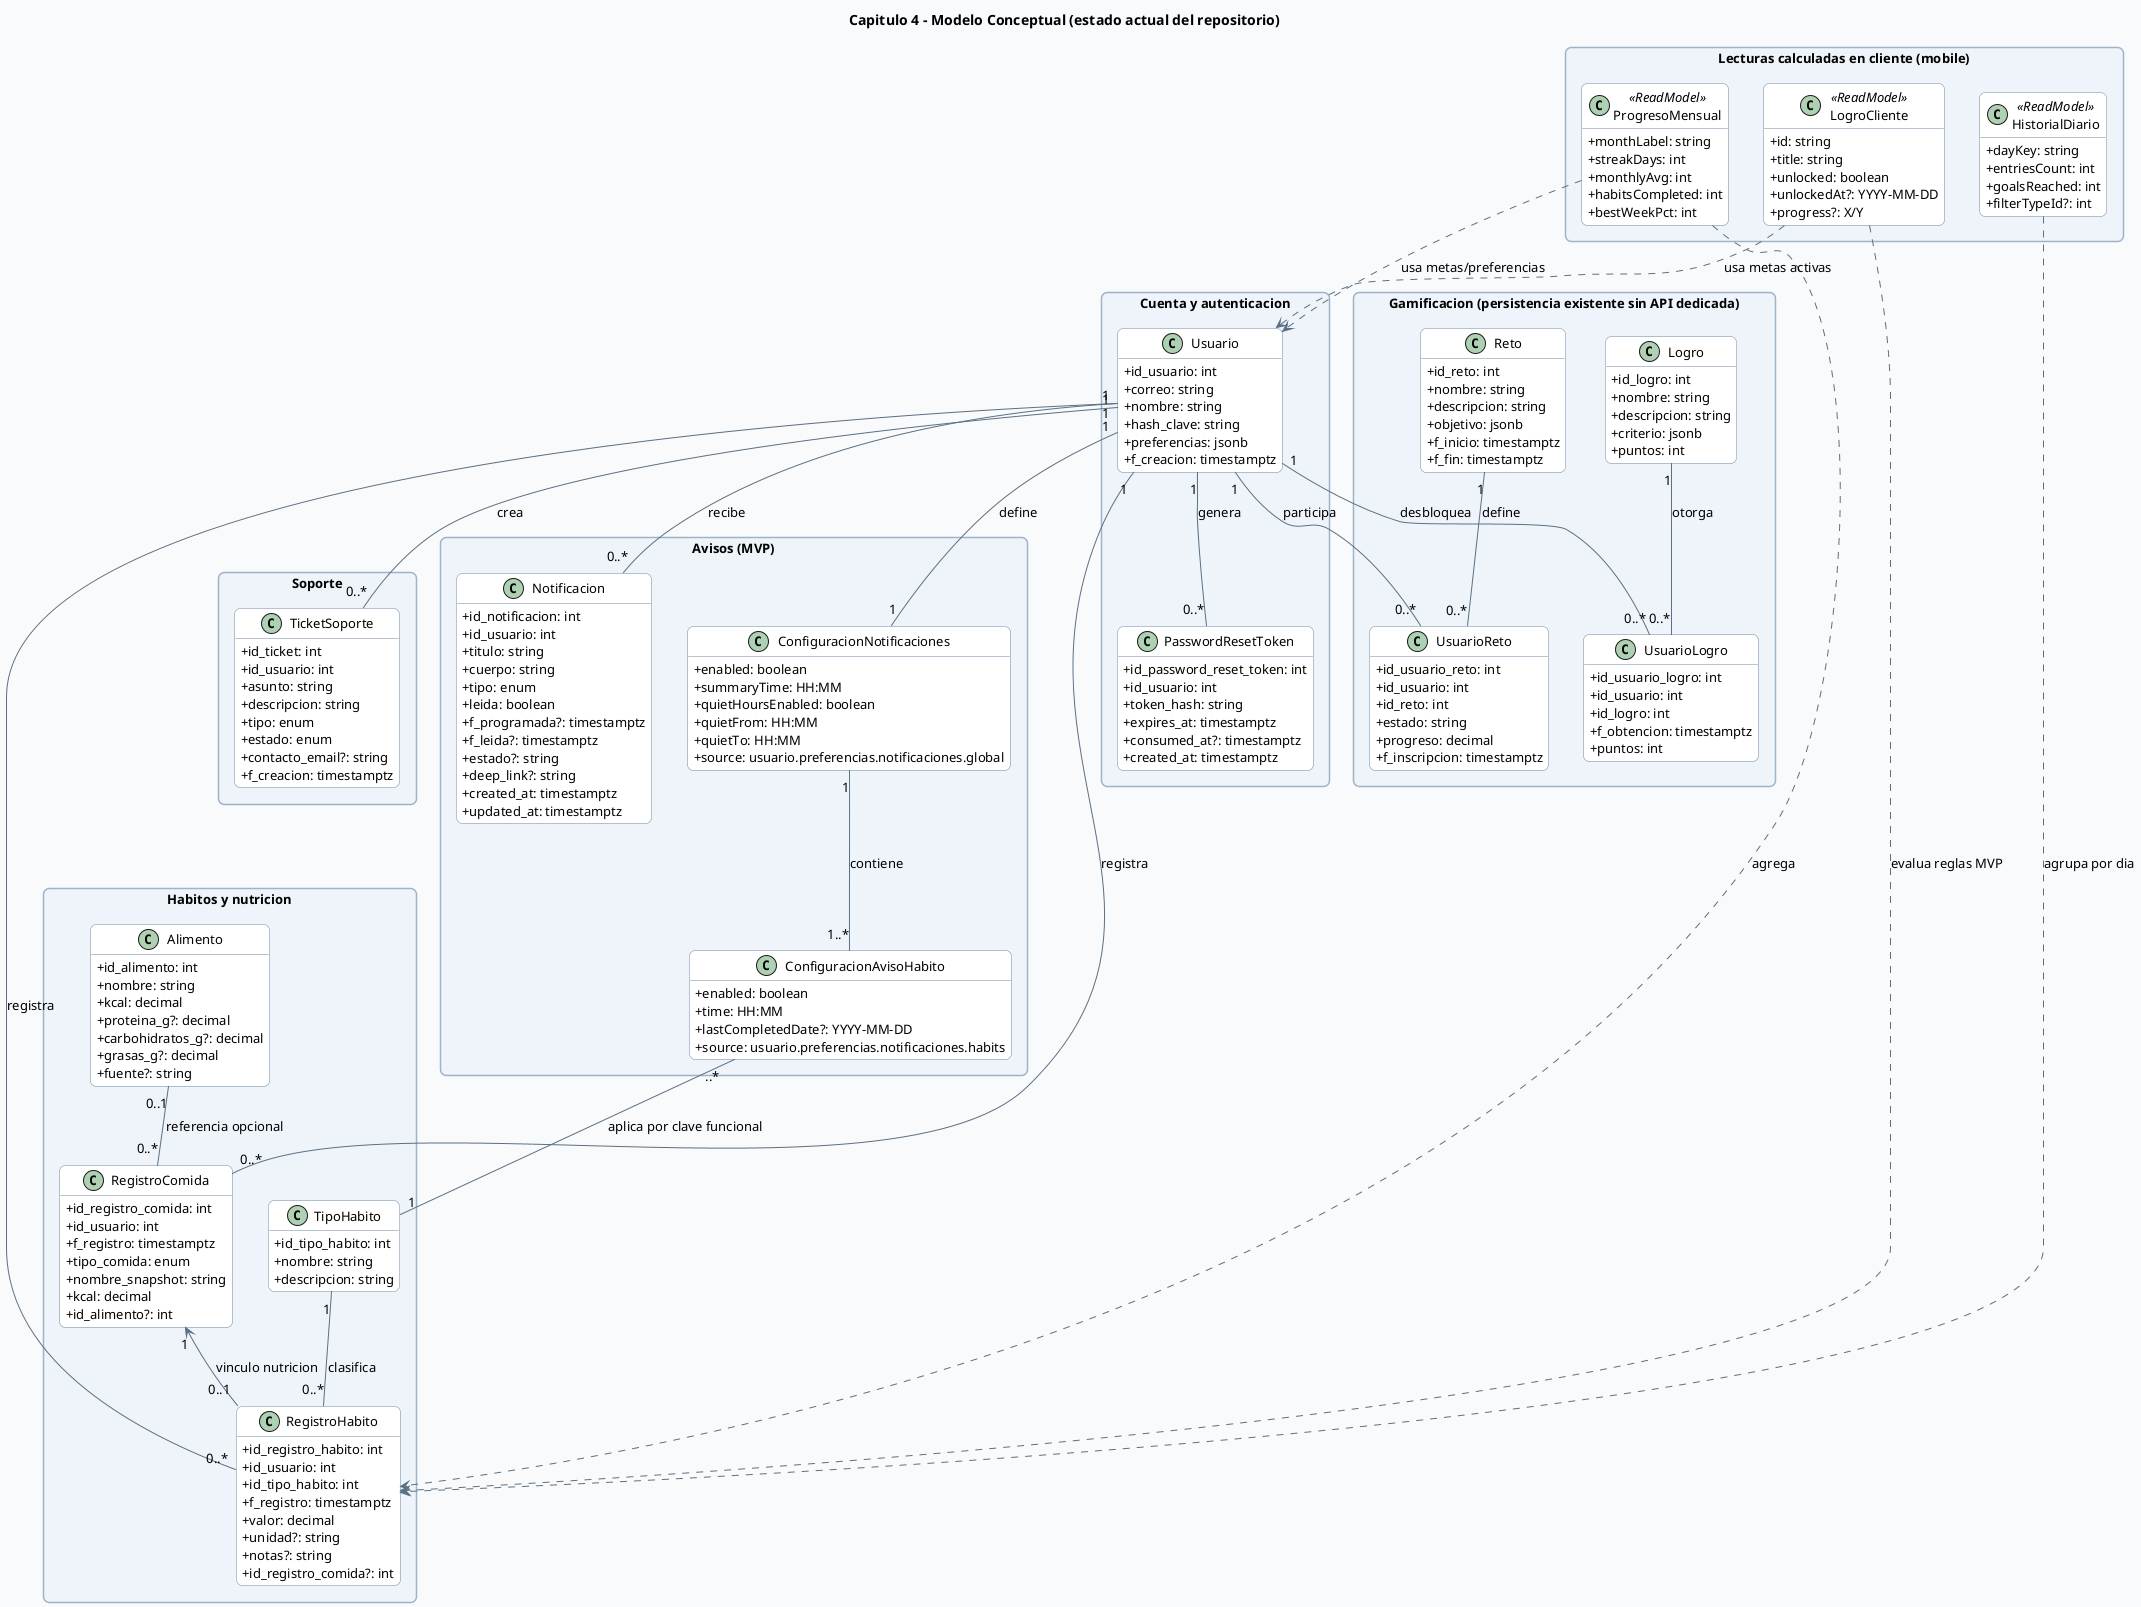
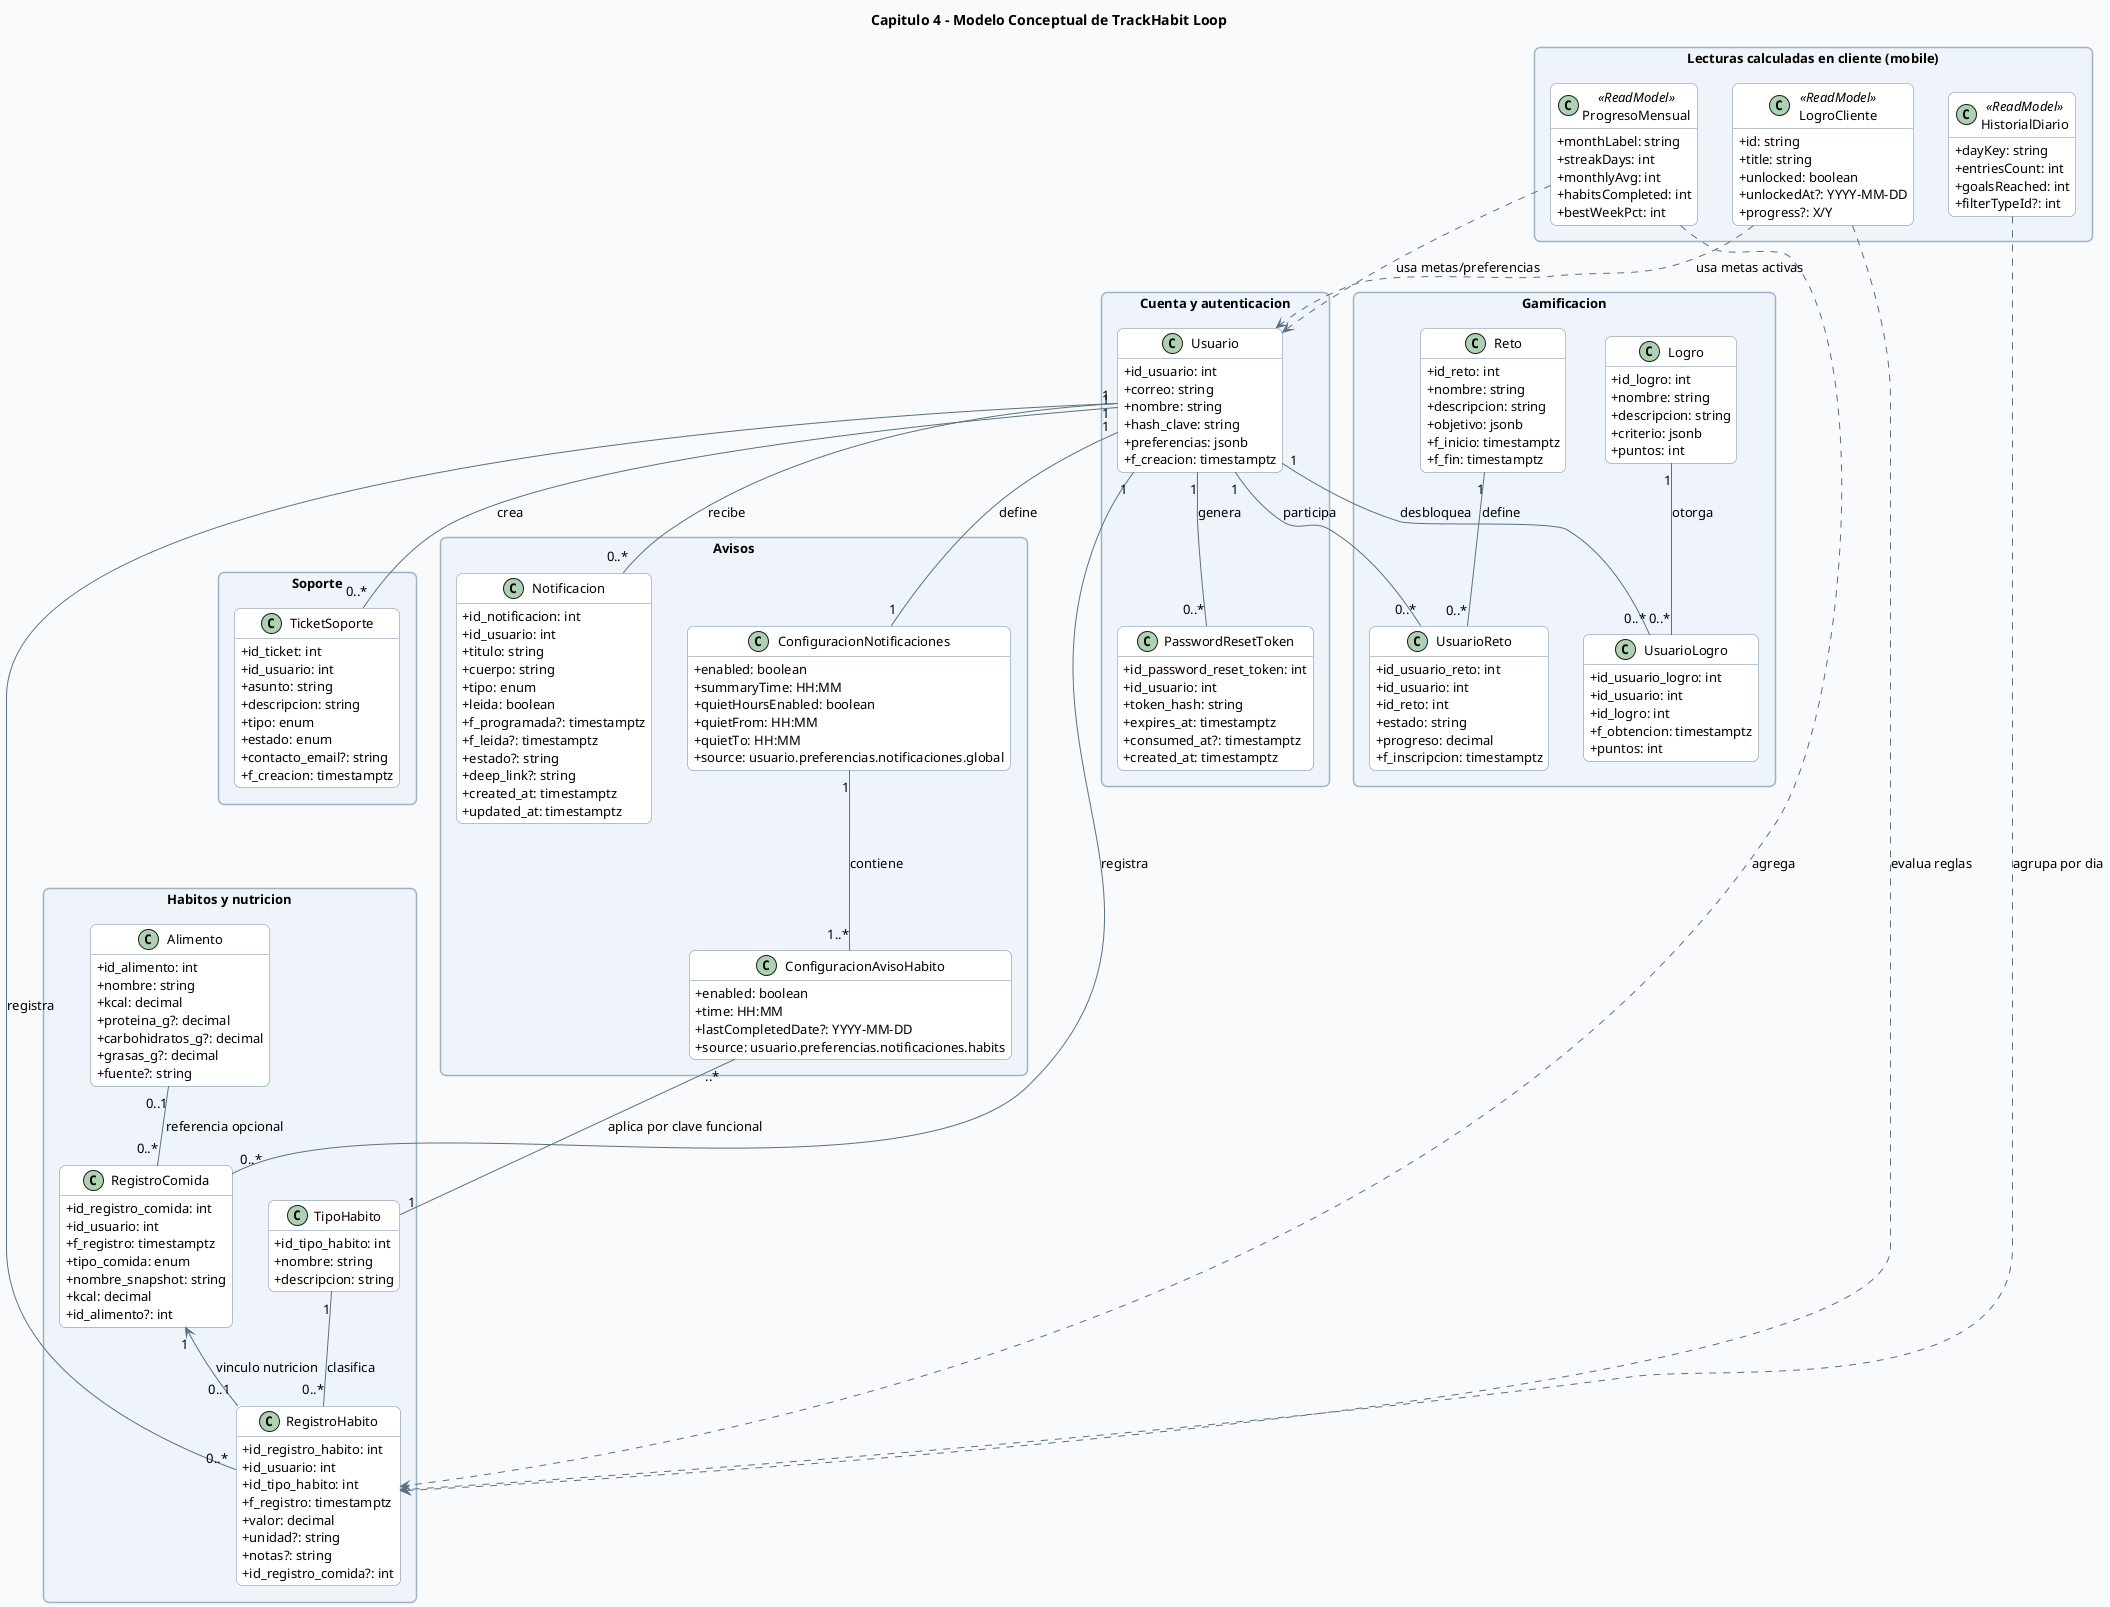
﻿@startuml
' CAP4 - 01 Modelo Conceptual

skinparam backgroundColor #F8FAFC
skinparam shadowing false
skinparam roundcorner 12
skinparam defaultFontName Segoe UI
skinparam defaultFontSize 13
skinparam ArrowColor #5B7083
skinparam ArrowThickness 1
skinparam packageStyle rectangle
skinparam packageBorderColor #9FB3C8
skinparam packageBackgroundColor #EEF4FA
skinparam classBackgroundColor #FFFFFF
skinparam classBorderColor #6E879D
skinparam classAttributeIconSize 0
skinparam noteBackgroundColor #FFF9E6
skinparam noteBorderColor #D7C58A

hide methods

- title Capitulo 4 - Modelo Conceptual (estado actual del repositorio)
+ title Capitulo 4 - Modelo Conceptual de TrackHabit Loop

package "Cuenta y autenticacion" {
  class Usuario {
    +id_usuario: int
    +correo: string
    +nombre: string
    +hash_clave: string
    +preferencias: jsonb
    +f_creacion: timestamptz
  }

  class PasswordResetToken {
    +id_password_reset_token: int
    +id_usuario: int
    +token_hash: string
    +expires_at: timestamptz
    +consumed_at?: timestamptz
    +created_at: timestamptz
  }
}

package "Habitos y nutricion" {
  class TipoHabito {
    +id_tipo_habito: int
    +nombre: string
    +descripcion: string
  }

  class RegistroHabito {
    +id_registro_habito: int
    +id_usuario: int
    +id_tipo_habito: int
    +f_registro: timestamptz
    +valor: decimal
    +unidad?: string
    +notas?: string
    +id_registro_comida?: int
  }

  class Alimento {
    +id_alimento: int
    +nombre: string
    +kcal: decimal
    +proteina_g?: decimal
    +carbohidratos_g?: decimal
    +grasas_g?: decimal
    +fuente?: string
  }

  class RegistroComida {
    +id_registro_comida: int
    +id_usuario: int
    +f_registro: timestamptz
    +tipo_comida: enum
    +nombre_snapshot: string
    +kcal: decimal
    +id_alimento?: int
  }
}

- package "Avisos (MVP)" {
+ package "Avisos" {
  class ConfiguracionNotificaciones {
    +enabled: boolean
    +summaryTime: HH:MM
    +quietHoursEnabled: boolean
    +quietFrom: HH:MM
    +quietTo: HH:MM
    +source: usuario.preferencias.notificaciones.global
  }

  class ConfiguracionAvisoHabito {
    +habitKey: enum(hidratacion,nutricion,ejercicio,sueno,meditacion)
    +enabled: boolean
    +time: HH:MM
    +lastCompletedDate?: YYYY-MM-DD
    +source: usuario.preferencias.notificaciones.habits
  }

  class Notificacion {
    +id_notificacion: int
    +id_usuario: int
    +titulo: string
    +cuerpo: string
    +tipo: enum
    +leida: boolean
    +f_programada?: timestamptz
    +f_leida?: timestamptz
    +estado?: string
    +deep_link?: string
    +created_at: timestamptz
    +updated_at: timestamptz
  }
}

package "Soporte" {
  class TicketSoporte {
    +id_ticket: int
    +id_usuario: int
    +asunto: string
    +descripcion: string
    +tipo: enum
    +estado: enum
    +contacto_email?: string
    +f_creacion: timestamptz
  }
}

package "Lecturas calculadas en cliente (mobile)" {
  class ProgresoMensual <<ReadModel>> {
    +monthLabel: string
    +streakDays: int
    +monthlyAvg: int
    +habitsCompleted: int
    +bestWeekPct: int
  }

  class HistorialDiario <<ReadModel>> {
    +dayKey: string
    +entriesCount: int
    +goalsReached: int
    +filterTypeId?: int
  }

  class LogroCliente <<ReadModel>> {
    +id: string
    +title: string
    +unlocked: boolean
    +unlockedAt?: YYYY-MM-DD
    +progress?: X/Y
  }
}

- package "Gamificacion (persistencia existente sin API dedicada)" {
+ package "Gamificacion" {
  class Logro {
    +id_logro: int
    +nombre: string
    +descripcion: string
    +criterio: jsonb
    +puntos: int
  }

  class UsuarioLogro {
    +id_usuario_logro: int
    +id_usuario: int
    +id_logro: int
    +f_obtencion: timestamptz
    +puntos: int
  }

  class Reto {
    +id_reto: int
    +nombre: string
    +descripcion: string
    +objetivo: jsonb
    +f_inicio: timestamptz
    +f_fin: timestamptz
  }

  class UsuarioReto {
    +id_usuario_reto: int
    +id_usuario: int
    +id_reto: int
    +estado: string
    +progreso: decimal
    +f_inscripcion: timestamptz
  }
}

Usuario "1" -- "0..*" PasswordResetToken : genera

Usuario "1" -- "0..*" RegistroHabito : registra
TipoHabito "1" -- "0..*" RegistroHabito : clasifica

Usuario "1" -- "0..*" RegistroComida : registra
Alimento "0..1" -- "0..*" RegistroComida : referencia opcional
RegistroComida "1" <-- "0..1" RegistroHabito : vinculo nutricion

Usuario "1" -- "1" ConfiguracionNotificaciones : define
ConfiguracionNotificaciones "1" -- "1..*" ConfiguracionAvisoHabito : contiene
ConfiguracionAvisoHabito "..*" -- "1" TipoHabito : aplica por clave funcional

Usuario "1" -- "0..*" Notificacion : recibe
Usuario "1" -- "0..*" TicketSoporte : crea

Usuario "1" -- "0..*" UsuarioLogro : desbloquea
Logro "1" -- "0..*" UsuarioLogro : otorga
Usuario "1" -- "0..*" UsuarioReto : participa
Reto "1" -- "0..*" UsuarioReto : define

ProgresoMensual ..> RegistroHabito : agrega
ProgresoMensual ..> Usuario : usa metas/preferencias
HistorialDiario ..> RegistroHabito : agrupa por dia
- LogroCliente ..> RegistroHabito : evalua reglas MVP
+ LogroCliente ..> RegistroHabito : evalua reglas
LogroCliente ..> Usuario : usa metas activas
/'
note right of RegistroHabito
RB-001: cada registro pertenece a un usuario autenticado.
RB-002: id_tipo_habito debe existir en tipo_habito.
RB-003: consultas principales por rango de fechas.
RB-003b: registrar comida no crea automaticamente
un RegistroHabito de nutricion en el flujo actual.
end note

note right of Notificacion
RB-004: entidad persistida en backend (/notifications*),
con operaciones listar/detalle/marcar/borrar/seed.
- En MVP actual no hay inbox mobile cableado.
+ Disponible para consulta y seguimiento de avisos.
end note

note right of ConfiguracionNotificaciones
Fuente de verdad unica: usuario.preferencias.notificaciones.
Se edita desde Perfil > Notificaciones y desde cada habito.
Si enabled=false a nivel global, los avisos por habito no
- se consideran activos en el MVP.
+ se consideran activos.
end note

note right of ConfiguracionAvisoHabito
Al registrar un habito/comida, se actualiza lastCompletedDate
- para coherencia MVP de cancelacion/reprogramacion logica.
- Sin motor de scheduling backend en esta fase;
- la programacion activa se ejecuta en mobile con
+ para coherencia de cancelacion/reprogramacion logica.
+ La programacion activa se ejecuta en mobile con
notificaciones locales.
end note

note bottom
- Las tablas recordatorio y user_device existen en SQL como
- infraestructura legacy/no operativa en el MVP actual.
+ Las tablas recordatorio y user_device
+ forman parte del modelo de avisos y dispositivos.
end note

note bottom of "Gamificacion (persistencia existente sin API dedicada)"
- Las tablas logro/reto existen en BD; hoy no hay rutas REST
- dedicadas para gestion de gamificacion en backend.
+ Las tablas logro/reto almacenan
+ reglas, puntos y participaciones.
end note

note bottom
- No se detecto modulo social (posts/comentarios/reacciones)
- en la version actual del backend ni de la app mobile.
+ El alcance del modelo se centra en salud,
+ progreso, avisos, gamificacion y soporte.
end note
'/
@enduml
